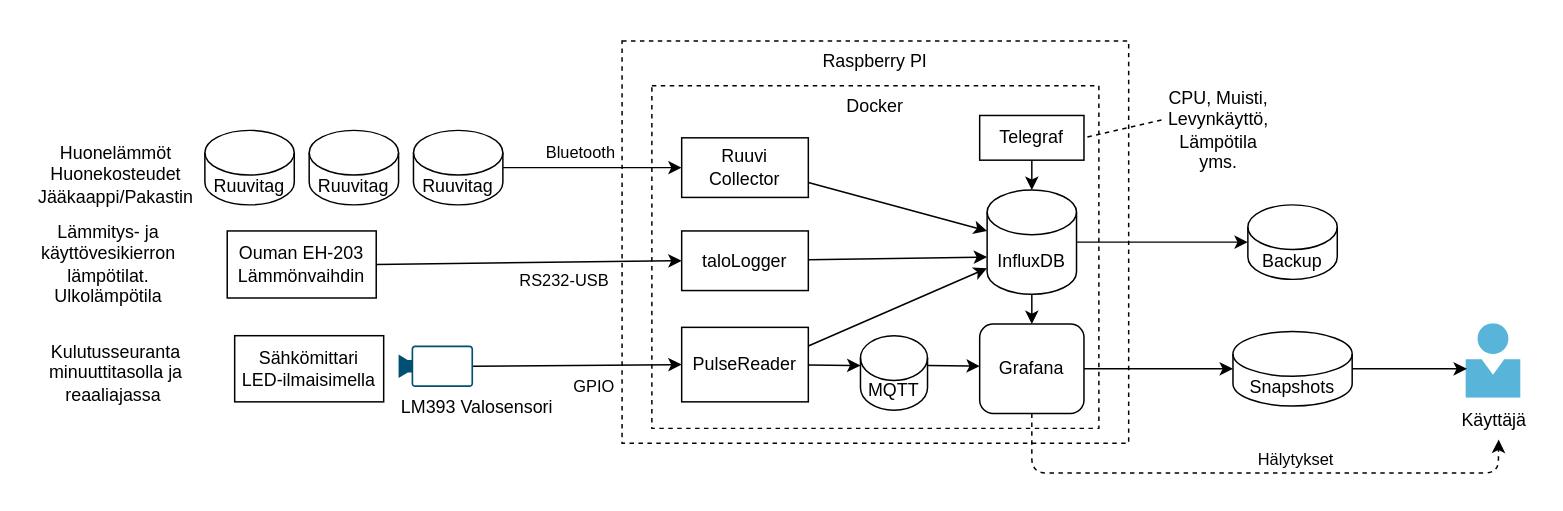
galigula2/Talonvalvonta keeps this draw.io diagram as diagrams/Talonvalvonta.drawio. Above is the earlier version. Source tidied: cells renumbered, new cells numbered last; positions are measured from the earlier drawing's top-left corner, leaving out a move shared by most shapes. Both pictures are drawn from the tidied source at 149%, with x=0, y=0 at pixel (25, 40).
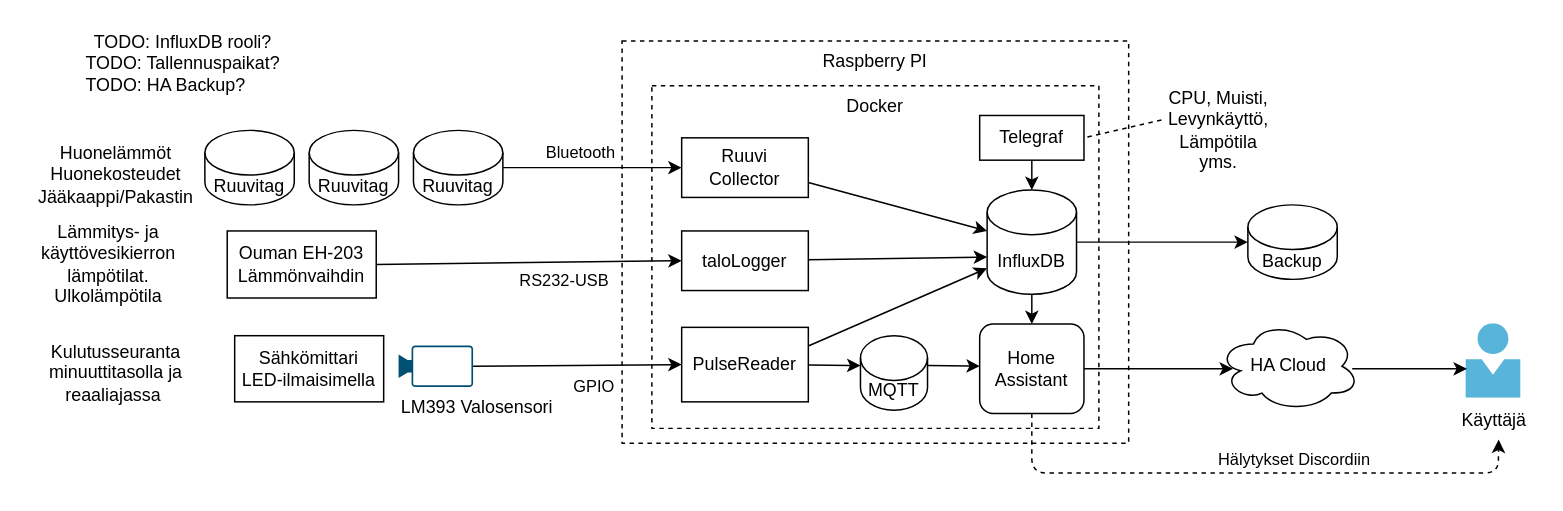
The same page after the edit.

Unchanged cells that the change refers to:
```xml
<mxCell id="7" style="edgeStyle=none;html=1;entryX=0.556;entryY=1.125;entryDx=0;entryDy=0;entryPerimeter=0;dashed=1;endArrow=classic;endFill=1;" parent="1" edge="1" source="9" target="28">
  <mxGeometry relative="1" as="geometry">
    <Array as="points">
      <mxPoint x="675" y="290" />
      <mxPoint x="988" y="290" />
    </Array>
  </mxGeometry>
</mxCell>
<mxCell id="24" style="html=1;points=[];align=center;image;fontSize=12;image=img/lib/mscae/Person.svg;" parent="1" vertex="1">
  <mxGeometry x="966.5" y="190" width="37" height="50" as="geometry" />
</mxCell>
```

What changed in the source:
```diff
@@
-    <mxCell id="6" style="edgeStyle=none;rounded=0;jettySize=auto;html=1;entryX=0;entryY=0.5;entryDx=0;entryDy=0;entryPerimeter=0;" parent="1" edge="1" source="9" target="42">
-      <mxGeometry relative="1" as="geometry" />
+    <mxCell id="6" style="edgeStyle=none;rounded=0;jettySize=auto;html=1;entryX=0;entryY=0.5;entryDx=0;entryDy=0;entryPerimeter=0;" parent="1" edge="1" source="9">
+      <mxGeometry relative="1" as="geometry">
+        <mxPoint x="810" y="220" as="targetPoint" />
+      </mxGeometry>
     </mxCell>
@@
-    <mxCell id="8" value="Hälytykset" style="edgeLabel;html=1;align=center;verticalAlign=middle;" parent="7" vertex="1">
+    <mxCell id="8" value="Hälytykset Discordiin" style="edgeLabel;html=1;align=center;verticalAlign=middle;" parent="7" vertex="1">
       <mxGeometry x="0.24" y="1" relative="1" as="geometry">
-        <mxPoint x="-17" y="-9" as="offset" />
+        <mxPoint x="-18" y="-9" as="offset" />
       </mxGeometry>
     </mxCell>
-    <mxCell id="9" value="Grafana" style="rounded=1;whiteSpace=wrap;html=1;align=center;verticalAlign=middle;" parent="1" vertex="1">
+    <mxCell id="9" value="Home&lt;br&gt;Assistant" style="rounded=1;whiteSpace=wrap;html=1;align=center;verticalAlign=middle;" parent="1" vertex="1">
       <mxGeometry x="640" y="190" width="70" height="60" as="geometry" />
     </mxCell>
@@
-    <mxCell id="41" style="edgeStyle=none;html=1;entryX=0.014;entryY=0.6;entryDx=0;entryDy=0;entryPerimeter=0;" parent="1" edge="1" source="42" target="24">
-      <mxGeometry relative="1" as="geometry" />
+    <mxCell id="41" style="edgeStyle=none;html=1;entryX=0.014;entryY=0.6;entryDx=0;entryDy=0;entryPerimeter=0;" parent="1" edge="1" target="24">
+      <mxGeometry relative="1" as="geometry">
+        <mxPoint x="890" y="220" as="sourcePoint" />
+      </mxGeometry>
     </mxCell>
-    <mxCell id="42" value="Snapshots" style="shape=cylinder3;whiteSpace=wrap;html=1;boundedLbl=1;backgroundOutline=1;size=15;" parent="1" vertex="1">
-      <mxGeometry x="810" y="195" width="80" height="50" as="geometry" />
-    </mxCell>
@@
+    <mxCell id="45" value="HA Cloud" style="ellipse;shape=cloud;whiteSpace=wrap;html=1;" parent="1" vertex="1">
+      <mxGeometry x="800" y="188.3" width="95" height="60" as="geometry" />
+    </mxCell>
+    <mxCell id="46" value="TODO: InfluxDB rooli?&lt;br&gt;&lt;div style=&quot;text-align: left&quot;&gt;&lt;span&gt;TODO: Tallennuspaikat?&lt;/span&gt;&lt;/div&gt;&lt;div style=&quot;text-align: left&quot;&gt;&lt;span&gt;TODO: HA Backup?&lt;/span&gt;&lt;/div&gt;" style="text;html=1;align=center;verticalAlign=middle;strokeColor=none;fillColor=none;" parent="1" vertex="1">
+      <mxGeometry x="30" y="-10" width="150" height="50" as="geometry" />
+    </mxCell>
```
